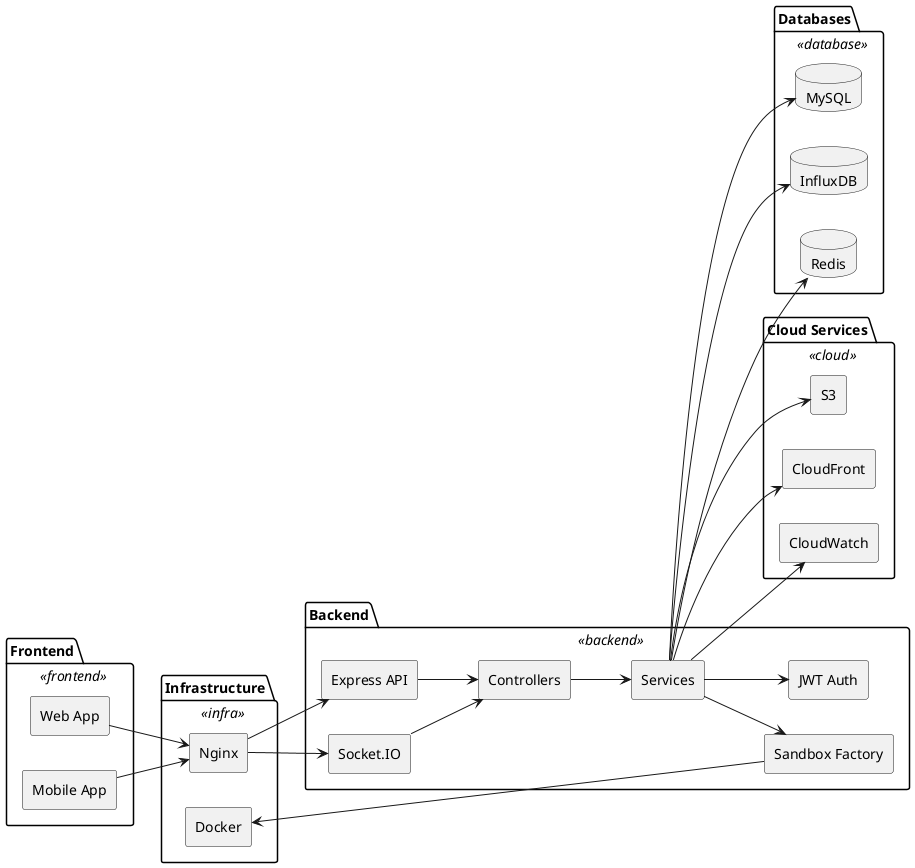
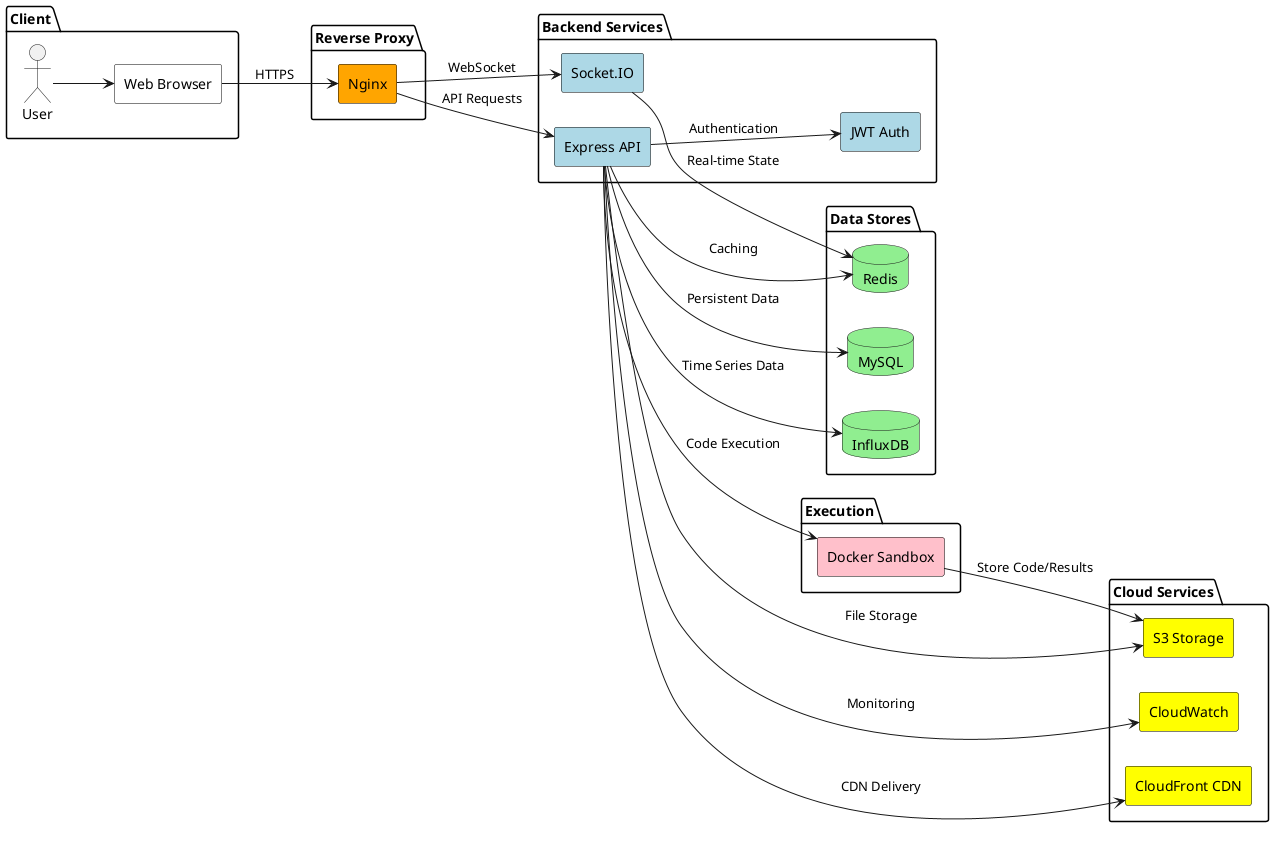
- ### Actual Output:
@startuml domingo1021_Bunny-code
- left to right direction
skinparam rectangle {
-   BackgroundColor<<frontend>> #d9e7fd
-   BackgroundColor<<backend>> #d8f5d3
-   BackgroundColor<<database>> #fff1c9
-   BackgroundColor<<infra>> #fddddd
-   BackgroundColor<<cloud>> #d4f0f0
+   BackgroundColor #ffffff
+   BorderColor black
  Style roundrect
}
- skinparam defaultTextAlignment center
+ left to right direction

- package "Frontend" <<frontend>> {
-   rectangle "Web App" as WebApp
-   rectangle "Mobile App" as MobileApp
+ package "Client" {
+   actor "User"
+   rectangle "Web Browser" as Browser
}

- package "Backend" <<backend>> {
-   rectangle "Express API" as API
-   rectangle "Socket.IO" as SocketIO
-   rectangle "Controllers" as Controllers
-   rectangle "Services" as Services
-   rectangle "Sandbox Factory" as SandboxFactory
-   rectangle "JWT Auth" as JWTAuth
- 
-   API --> Controllers
-   Controllers --> Services
-   Services --> SandboxFactory
-   Services --> JWTAuth
-   SocketIO --> Controllers
+ package "Reverse Proxy" {
+   rectangle "Nginx" as Nginx #orange
}

- package "Databases" <<database>> {
-   database "MySQL" as MySQL
-   database "InfluxDB" as InfluxDB
-   database "Redis" as Redis
- 
-   Services --> MySQL
-   Services --> InfluxDB
-   Services --> Redis
+ package "Backend Services" {
+   rectangle "Express API" as Express #lightblue
+   rectangle "Socket.IO" as SocketIO #lightblue
+   rectangle "JWT Auth" as JWT #lightblue
}

- package "Infrastructure" <<infra>> {
-   rectangle "Nginx" as Nginx
-   rectangle "Docker" as Docker
- 
-   Nginx --> API
-   Nginx --> SocketIO
-   SandboxFactory --> Docker
+ package "Data Stores" {
+   database "MySQL" as MySQL #lightgreen
+   database "InfluxDB" as InfluxDB #lightgreen
+   database "Redis" as Redis #lightgreen
}

- package "Cloud Services" <<cloud>> {
-   rectangle "S3" as S3
-   rectangle "CloudFront" as CloudFront
-   rectangle "CloudWatch" as CloudWatch
- 
-   Services --> S3
-   Services --> CloudFront
-   Services --> CloudWatch
+ package "Execution" {
+   rectangle "Docker Sandbox" as Sandbox #pink
}

- WebApp --> Nginx
- MobileApp --> Nginx
+ package "Cloud Services" {
+   rectangle "S3 Storage" as S3 #yellow
+   rectangle "CloudFront CDN" as CloudFront #yellow
+   rectangle "CloudWatch" as CloudWatch #yellow
+ }
+ 
+ User --> Browser
+ Browser --> Nginx : HTTPS
+ Nginx --> Express : API Requests
+ Nginx --> SocketIO : WebSocket
+ Express --> JWT : Authentication
+ Express --> MySQL : Persistent Data
+ Express --> InfluxDB : Time Series Data
+ Express --> Redis : Caching
+ Express --> Sandbox : Code Execution
+ SocketIO --> Redis : Real-time State
+ Sandbox --> S3 : Store Code/Results
+ Express --> S3 : File Storage
+ Express --> CloudFront : CDN Delivery
+ Express --> CloudWatch : Monitoring
@enduml